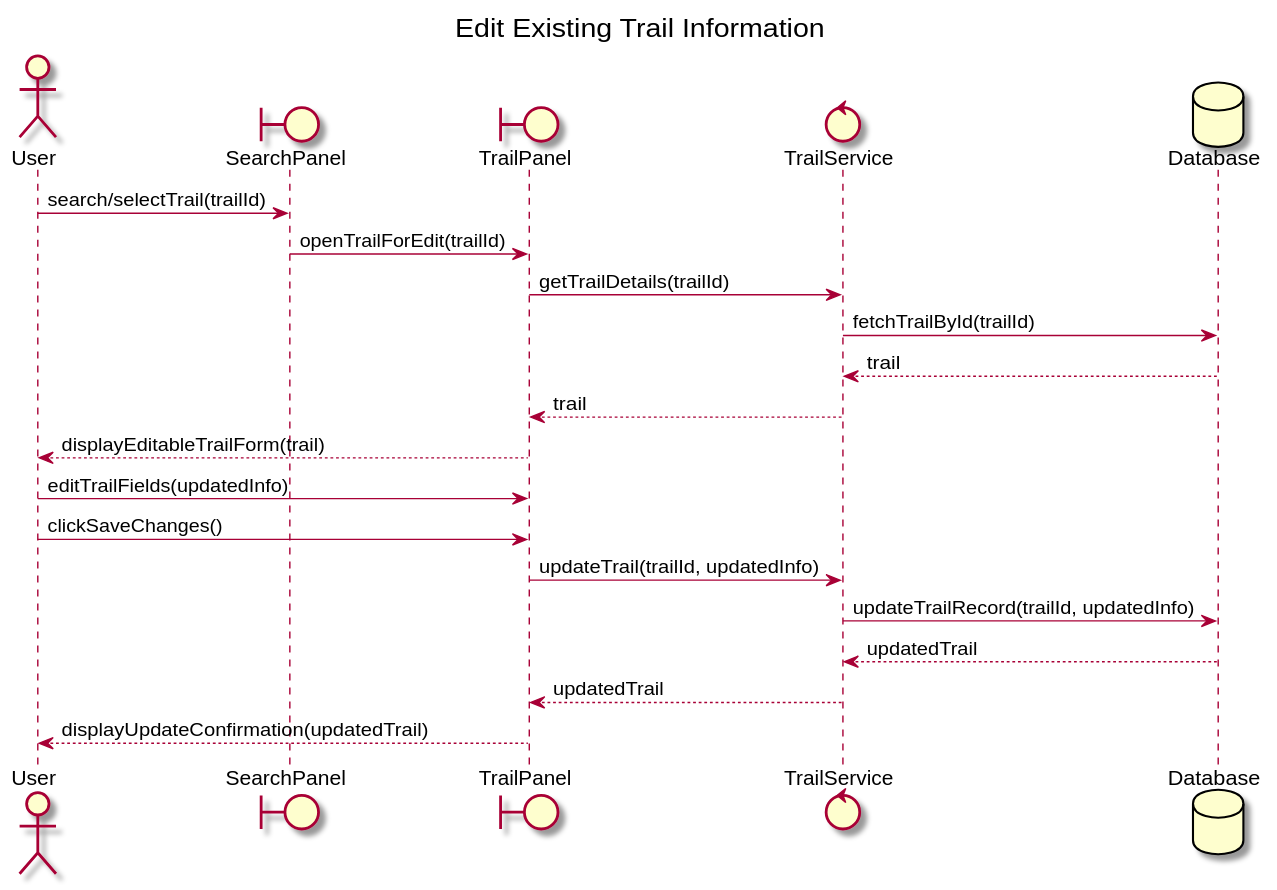
Above: uml-diagrams/svg/sequence/editTrail.svg in milelime/Wildlife-Explorer (PlantUML), before the change. Its diagram source:
```plantuml
@startuml
title Edit Existing Trail Information

actor User
boundary SearchPanel
boundary TrailPanel
control TrailService
database Database

User -> SearchPanel : search/selectTrail(trailId)
SearchPanel -> TrailPanel : openTrailForEdit(trailId)

TrailPanel -> TrailService : getTrailDetails(trailId)
TrailService -> Database : fetchTrailById(trailId)
Database --> TrailService : trail
TrailService --> TrailPanel : trail

TrailPanel --> User : displayEditableTrailForm(trail)

User -> TrailPanel : editTrailFields(updatedInfo)
User -> TrailPanel : clickSaveChanges()

TrailPanel -> TrailService : updateTrail(trailId, updatedInfo)
TrailService -> Database : updateTrailRecord(trailId, updatedInfo)
Database --> TrailService : updatedTrail
TrailService --> TrailPanel : updatedTrail

TrailPanel --> User : displayUpdateConfirmation(updatedTrail)

@enduml
```
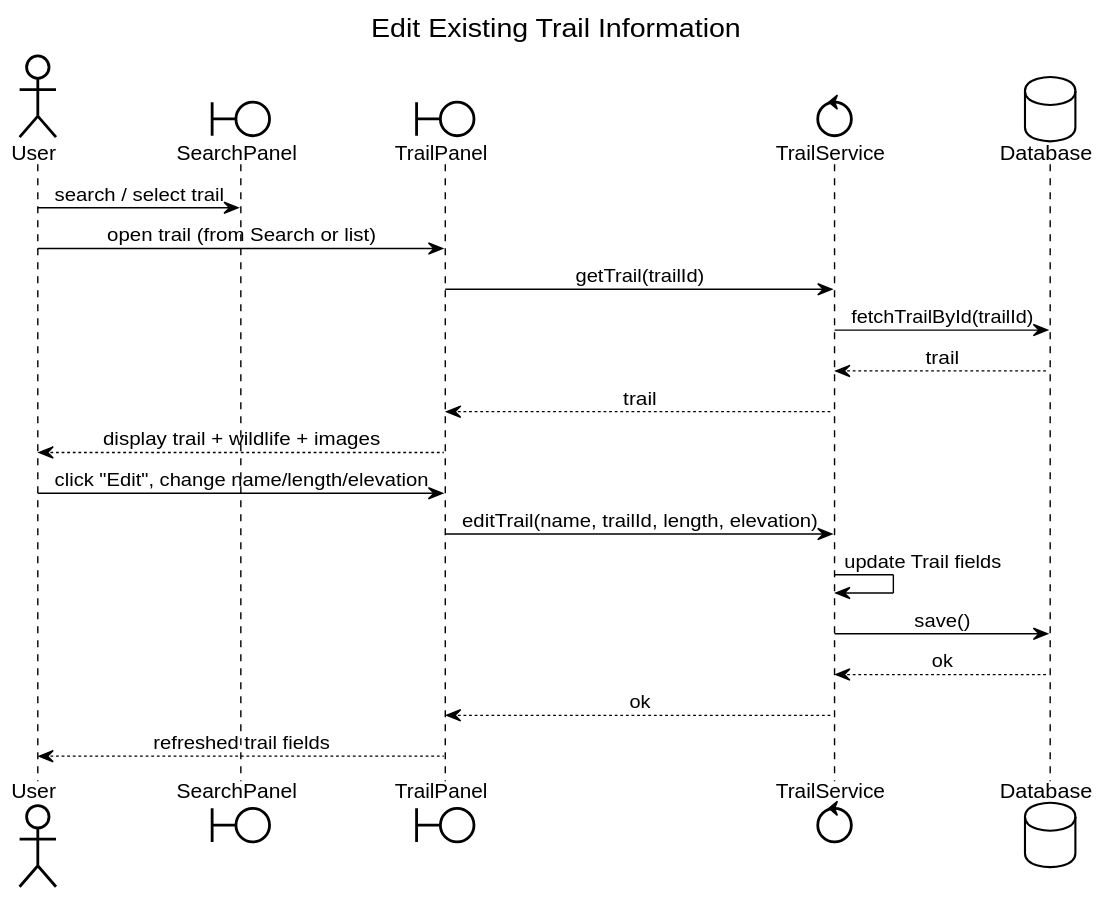
The same file after the commit.

Diff of the diagram source:
```diff
@@ -1,4 +1,75 @@
 @startuml
+
+skinparam BackgroundColor white
+skinparam shadowing false
+skinparam defaultFontName SansSerif
+skinparam ArrowColor black
+skinparam ArrowThickness 1
+
+skinparam classAttributeIconSize 0
+skinparam class {
+  BackgroundColor white
+  BorderColor black
+  FontColor black
+}
+skinparam package {
+  BackgroundColor white
+  BorderColor black
+  FontColor black
+}
+skinparam stereotype {
+  BackgroundColor white
+  FontColor black
+}
+
+skinparam sequenceMessageAlign center
+skinparam LifeLineBorderColor black
+skinparam LifeLineBackgroundColor white
+skinparam sequence {
+  ArrowColor black
+  LifeLineBorderColor black
+}
+skinparam participant {
+  BackgroundColor white
+  BorderColor black
+  FontColor black
+}
+skinparam actor {
+  BackgroundColor white
+  BorderColor black
+  FontColor black
+}
+skinparam boundary {
+  BackgroundColor white
+  BorderColor black
+  FontColor black
+}
+skinparam control {
+  BackgroundColor white
+  BorderColor black
+  FontColor black
+}
+skinparam database {
+  BackgroundColor white
+  BorderColor black
+  FontColor black
+}
+skinparam entity {
+  BackgroundColor white
+  BorderColor black
+  FontColor black
+}
+skinparam collections {
+  BackgroundColor white
+  BorderColor black
+  FontColor black
+}
+skinparam note {
+  BackgroundColor white
+  BorderColor black
+  FontColor black
+}
+
 title Edit Existing Trail Information
 
 actor User
@@ -7,24 +78,25 @@
 control TrailService
 database Database
 
-User -> SearchPanel : search/selectTrail(trailId)
-SearchPanel -> TrailPanel : openTrailForEdit(trailId)
+User -> SearchPanel : search / select trail
+User -> TrailPanel : open trail (from Search or list)
 
-TrailPanel -> TrailService : getTrailDetails(trailId)
+TrailPanel -> TrailService : getTrail(trailId)
 TrailService -> Database : fetchTrailById(trailId)
 Database --> TrailService : trail
 TrailService --> TrailPanel : trail
 
-TrailPanel --> User : displayEditableTrailForm(trail)
+TrailPanel --> User : display trail + wildlife + images
 
-User -> TrailPanel : editTrailFields(updatedInfo)
-User -> TrailPanel : clickSaveChanges()
+User -> TrailPanel : click "Edit", change name/length/elevation
+TrailPanel -> TrailService : editTrail(name, trailId, length, elevation)
 
-TrailPanel -> TrailService : updateTrail(trailId, updatedInfo)
-TrailService -> Database : updateTrailRecord(trailId, updatedInfo)
-Database --> TrailService : updatedTrail
-TrailService --> TrailPanel : updatedTrail
+TrailService -> TrailService : update Trail fields
+TrailService -> Database : save()
 
-TrailPanel --> User : displayUpdateConfirmation(updatedTrail)
+Database --> TrailService : ok
+TrailService --> TrailPanel : ok
+
+TrailPanel --> User : refreshed trail fields
 
 @enduml
```
